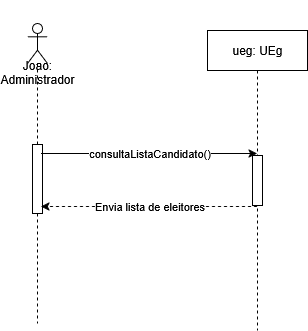
HenriqueFinatti/Modelagem-De-Software-Orientado-a-Objetos keeps this draw.io diagram as imagens/UC_05 - VerificarListaEleitores.drawio.png. Above is the earlier version. Source tidied: cells renumbered, new cells last; positions are measured from the earlier drawing's top-left corner, leaving out a move shared by most shapes. The source it was exported from:
```xml
<mxGraphModel>
  <root>
    <mxCell id="0" />
    <mxCell id="1" parent="0" />
    <mxCell id="2" value="&lt;div&gt;&lt;br&gt;&lt;/div&gt;&lt;div&gt;&lt;br&gt;&lt;/div&gt;&lt;div&gt;&lt;br&gt;&lt;/div&gt;&lt;div&gt;&lt;br&gt;&lt;/div&gt;Joao: Administrador" style="shape=umlLifeline;perimeter=lifelinePerimeter;whiteSpace=wrap;html=1;newEdgeStyle={&quot;curved&quot;:0,&quot;rounded&quot;:0};participant=umlActor;" parent="1" vertex="1">
      <mxGeometry width="20" height="300" as="geometry" />
    </mxCell>
    <mxCell id="3" style="html=1;perimeter=orthogonalPerimeter;targetShapes=umlLifeline;newEdgeStyle={&quot;curved&quot;:0,&quot;rounded&quot;:0};" parent="2" vertex="1">
      <mxGeometry x="5" y="121" width="10" height="69" as="geometry" />
    </mxCell>
    <mxCell id="4" value="consultaListaCandidato()" style="edgeStyle=orthogonalEdgeStyle;rounded=0;orthogonalLoop=1;jettySize=auto;html=1;curved=0;" parent="1" edge="1">
      <mxGeometry relative="1" as="geometry">
        <mxPoint x="13.5" y="130" as="sourcePoint" />
        <mxPoint x="229.5" y="130" as="targetPoint" />
      </mxGeometry>
    </mxCell>
    <mxCell id="5" value="ueg: UEg" style="shape=umlLifeline;perimeter=lifelinePerimeter;whiteSpace=wrap;html=1;newEdgeStyle={&quot;curved&quot;:0,&quot;rounded&quot;:0};" parent="1" vertex="1">
      <mxGeometry x="180" y="7" width="100" height="300" as="geometry" />
    </mxCell>
    <mxCell id="6" style="html=1;points=[[0,0,0,0,5],[0,1,0,0,-5],[1,0,0,0,5],[1,1,0,0,-5]];perimeter=orthogonalPerimeter;outlineConnect=0;targetShapes=umlLifeline;portConstraint=eastwest;newEdgeStyle={&quot;curved&quot;:0,&quot;rounded&quot;:0};" parent="5" vertex="1">
      <mxGeometry x="45" y="125" width="10" height="50" as="geometry" />
    </mxCell>
    <mxCell id="7" value="Envia lista de eleitores" style="edgeStyle=orthogonalEdgeStyle;rounded=0;orthogonalLoop=1;jettySize=auto;html=1;curved=0;dashed=1;" parent="1" edge="1">
      <mxGeometry relative="1" as="geometry">
        <mxPoint x="229.5" y="183" as="sourcePoint" />
        <mxPoint x="13.5" y="183" as="targetPoint" />
      </mxGeometry>
    </mxCell>
  </root>
</mxGraphModel>
```
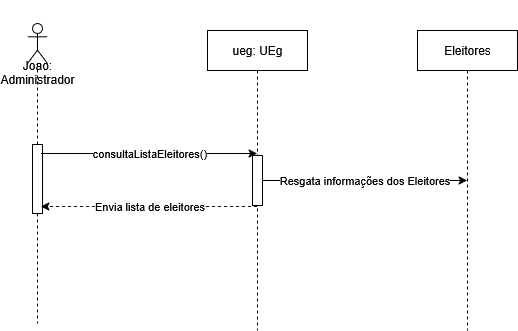
Later version of the same file.

What changed in the source:
```diff
@@ -8,7 +8,7 @@
     <mxCell id="3" style="html=1;perimeter=orthogonalPerimeter;targetShapes=umlLifeline;newEdgeStyle={&quot;curved&quot;:0,&quot;rounded&quot;:0};" parent="2" vertex="1">
       <mxGeometry x="5" y="121" width="10" height="69" as="geometry" />
     </mxCell>
-    <mxCell id="4" value="consultaListaCandidato()" style="edgeStyle=orthogonalEdgeStyle;rounded=0;orthogonalLoop=1;jettySize=auto;html=1;curved=0;" parent="1" edge="1">
+    <mxCell id="4" value="&lt;div&gt;consultaListaEleitores()&lt;/div&gt;" style="edgeStyle=orthogonalEdgeStyle;rounded=0;orthogonalLoop=1;jettySize=auto;html=1;curved=0;" parent="1" edge="1">
       <mxGeometry relative="1" as="geometry">
         <mxPoint x="13.5" y="130" as="sourcePoint" />
         <mxPoint x="229.5" y="130" as="targetPoint" />
@@ -26,5 +26,11 @@
         <mxPoint x="13.5" y="183" as="targetPoint" />
       </mxGeometry>
     </mxCell>
+    <mxCell id="8" value="Eleitores" style="shape=umlLifeline;perimeter=lifelinePerimeter;whiteSpace=wrap;html=1;outlineConnect=0;portConstraint=eastwest;newEdgeStyle={&quot;curved&quot;:0,&quot;rounded&quot;:0};" parent="1" vertex="1">
+      <mxGeometry x="390" y="7" width="100" height="300" as="geometry" />
+    </mxCell>
+    <mxCell id="9" value="Resgata informações dos Eleitores" style="edgeStyle=orthogonalEdgeStyle;rounded=0;jettySize=auto;html=1;curved=0;" parent="1" edge="1" source="6" target="8">
+      <mxGeometry relative="1" as="geometry" />
+    </mxCell>
   </root>
 </mxGraphModel>
```
